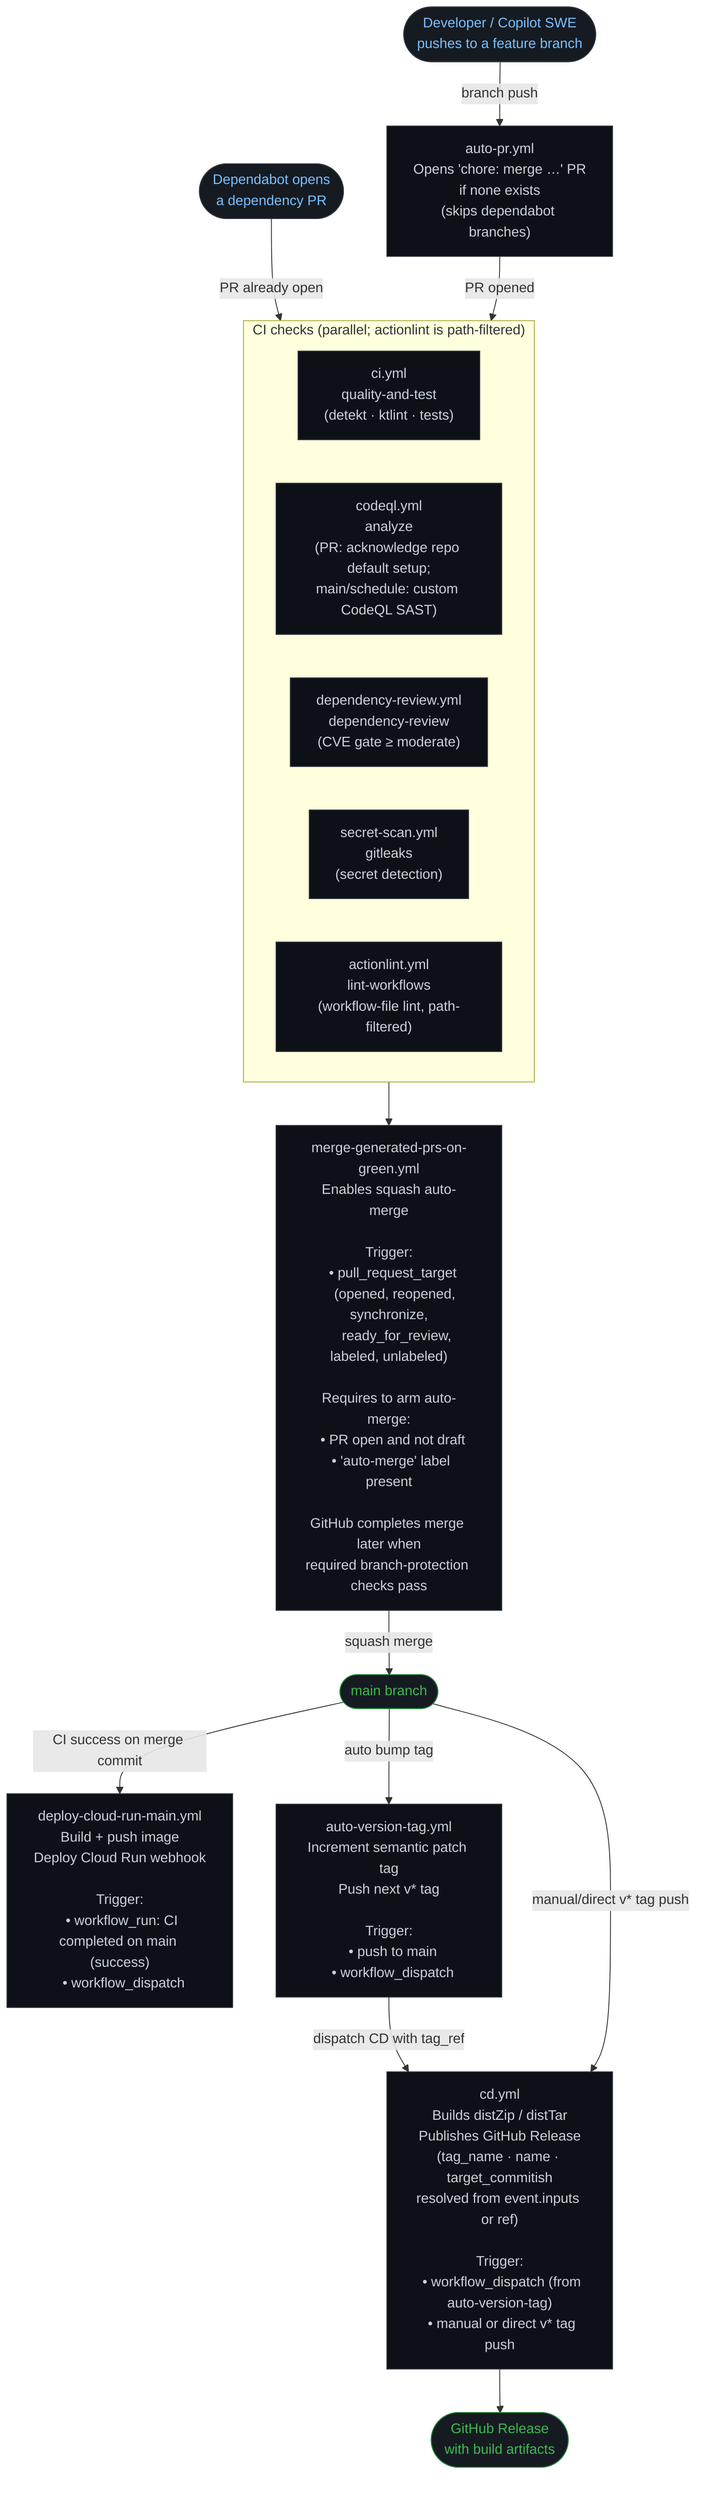
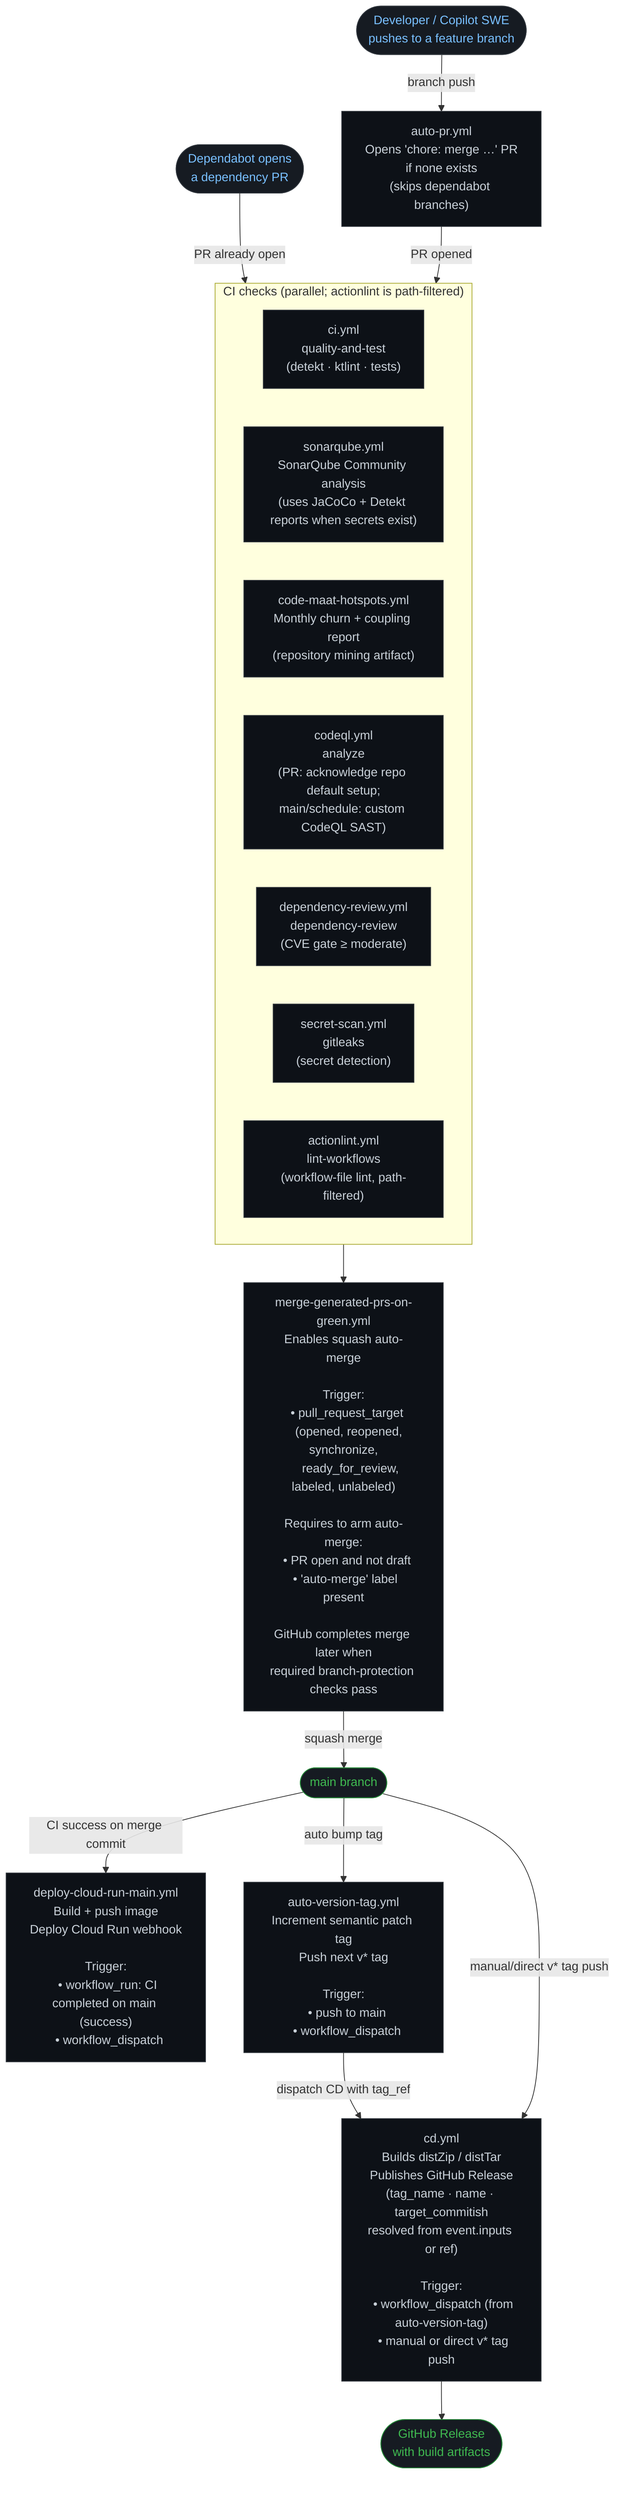
```mermaid
flowchart TD
    %% ── Entry points ──────────────────────────────────────────────────────────
    DEV([Developer / Copilot SWE\npushes to a feature branch])
    DEP([Dependabot opens\na dependency PR])

    %% ── Automation ────────────────────────────────────────────────────────────
    AUTO_PR["auto-pr.yml\nOpens 'chore: merge …' PR\nif none exists\n(skips dependabot branches)"]

    %% ── Required CI checks ────────────────────────────────────────────────────
    subgraph CI ["CI checks (parallel; actionlint is path-filtered)"]
        direction LR
        CI_JOB["ci.yml\nquality-and-test\n(detekt · ktlint · tests)"]
+         SONAR["sonarqube.yml\nSonarQube Community analysis\n(uses JaCoCo + Detekt reports when secrets exist)"]
+         MAAT["code-maat-hotspots.yml\nMonthly churn + coupling report\n(repository mining artifact)"]
        CODEQL["codeql.yml\nanalyze\n(PR: acknowledge repo default setup;\nmain/schedule: custom CodeQL SAST)"]
        DEPREVIEW["dependency-review.yml\ndependency-review\n(CVE gate ≥ moderate)"]
        SECRET["secret-scan.yml\ngitleaks\n(secret detection)"]
        ACTIONLINT["actionlint.yml\nlint-workflows\n(workflow-file lint, path-filtered)"]
    end

    %% ── Merge ─────────────────────────────────────────────────────────────────
    MERGE["merge-generated-prs-on-green.yml\nEnables squash auto-merge\n\nTrigger:\n  • pull_request_target\n    (opened, reopened, synchronize,\n     ready_for_review, labeled, unlabeled)\n\nRequires to arm auto-merge:\n  • PR open and not draft\n  • 'auto-merge' label present\n\nGitHub completes merge later when\nrequired branch-protection checks pass"]

    %% ── CD ────────────────────────────────────────────────────────────────────
    MAIN([main branch])
    DEPLOY_MAIN["deploy-cloud-run-main.yml\nBuild + push image\nDeploy Cloud Run webhook\n\nTrigger:\n  • workflow_run: CI completed on main (success)\n  • workflow_dispatch"]
    AUTO_TAG["auto-version-tag.yml\nIncrement semantic patch tag\nPush next v* tag\n\nTrigger:\n  • push to main\n  • workflow_dispatch"]
    CD["cd.yml\nBuilds distZip / distTar\nPublishes GitHub Release\n(tag_name · name · target_commitish\nresolved from event.inputs or ref)\n\nTrigger:\n  • workflow_dispatch (from auto-version-tag)\n  • manual or direct v* tag push"]
    RELEASE([GitHub Release\nwith build artifacts])

    %% ── Flow ──────────────────────────────────────────────────────────────────
    DEV -->|branch push| AUTO_PR
    DEP -->|PR already open| CI

    AUTO_PR -->|PR opened| CI
    CI --> MERGE

    MERGE -->|squash merge| MAIN

    MAIN -->|CI success on merge commit| DEPLOY_MAIN
    MAIN -->|auto bump tag| AUTO_TAG
    AUTO_TAG -->|dispatch CD with tag_ref| CD
    MAIN -->|manual/direct v* tag push| CD
    CD --> RELEASE

    %% ── Styling ───────────────────────────────────────────────────────────────
    classDef workflow fill:#0d1117,stroke:#30363d,color:#c9d1d9
    classDef actor    fill:#161b22,stroke:#30363d,color:#79c0ff,shape:stadium
    classDef external fill:#161b22,stroke:#238636,color:#3fb950,shape:stadium

-     class AUTO_PR,CI_JOB,CODEQL,DEPREVIEW,SECRET,ACTIONLINT,MERGE,DEPLOY_MAIN,AUTO_TAG,CD workflow
+     class AUTO_PR,CI_JOB,SONAR,MAAT,CODEQL,DEPREVIEW,SECRET,ACTIONLINT,MERGE,DEPLOY_MAIN,AUTO_TAG,CD workflow
    class DEV,DEP actor
    class MAIN,RELEASE external
```
